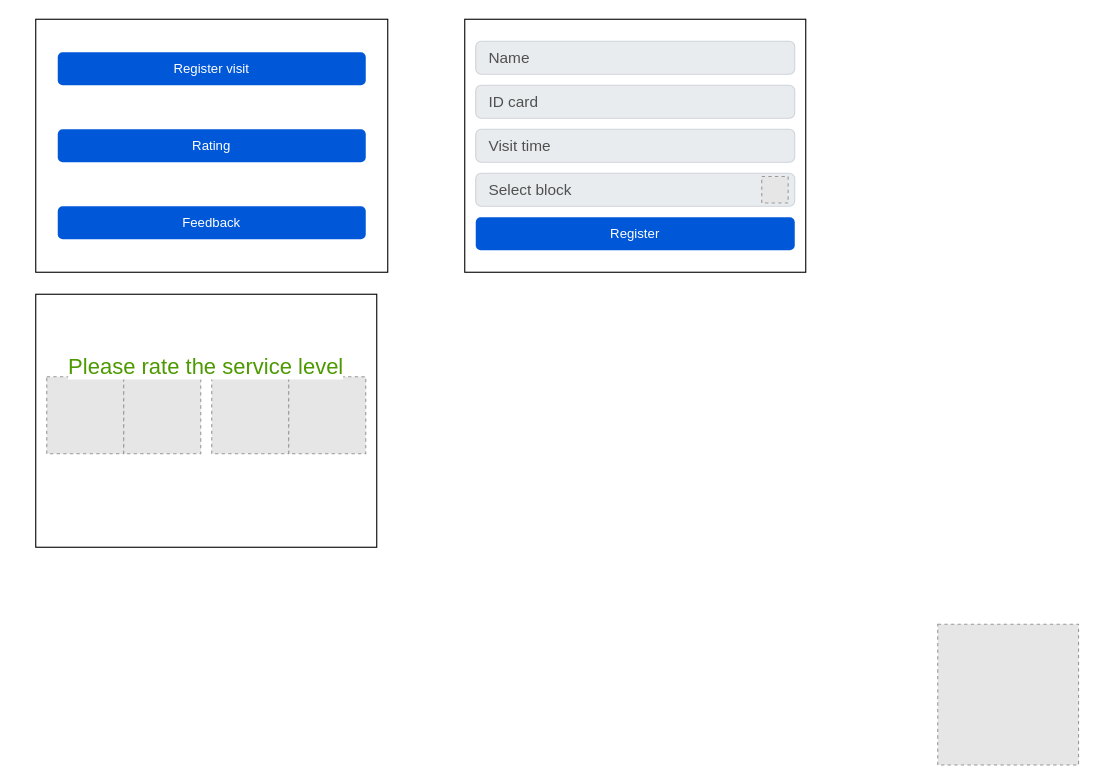
The draw.io diagram wireframe_explaination/Untitled Diagram.drawio in duongminhthanh/app_system_management_visitor_for_old_aparment, before the edit. Source tidied: cells renumbered, new cells numbered last; positions are measured from the earlier drawing's top-left corner, leaving out a move shared by most shapes. Both pictures are drawn from the tidied source at 110%, with x=0, y=0 at pixel (35, 19). Pictures stored in the file or linked from it are replaced by grey dashed boxes.
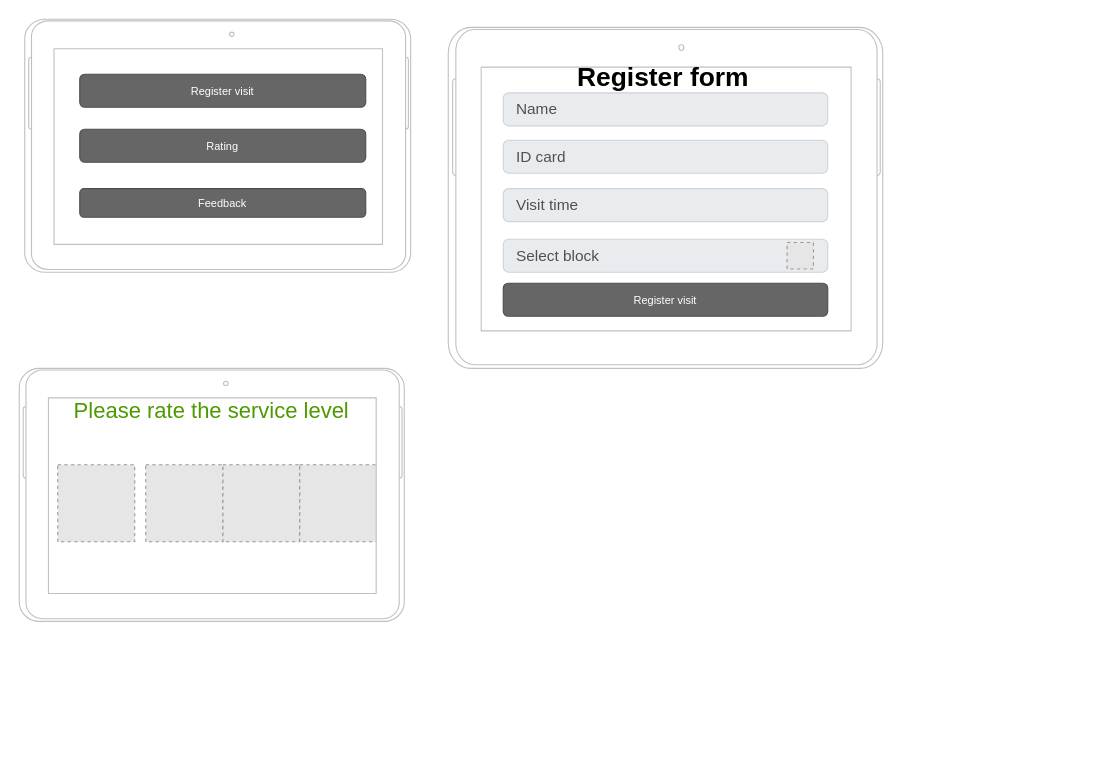
Above is the later version.

Change to the diagram source:
```diff
@@
 <mxGraphModel>
   <root>
     <mxCell id="0" />
     <mxCell id="1" parent="0" />
-    <mxCell id="2" style="rounded=0;whiteSpace=wrap;html=1;" parent="1" vertex="1">
-      <mxGeometry width="320" height="230" as="geometry" />
-    </mxCell>
-    <mxCell id="3" value="Register visit" style="rounded=1;fillColor=#0057D8;align=center;strokeColor=none;html=1;whiteSpace=wrap;fontColor=#ffffff;fontSize=12;sketch=0;" parent="1" vertex="1">
-      <mxGeometry x="20" y="30" width="280" height="30" as="geometry" />
-    </mxCell>
-    <mxCell id="4" value="Rating" style="rounded=1;fillColor=#0057D8;align=center;strokeColor=none;html=1;whiteSpace=wrap;fontColor=#ffffff;fontSize=12;sketch=0;" parent="1" vertex="1">
-      <mxGeometry x="20" y="100" width="280" height="30" as="geometry" />
-    </mxCell>
-    <mxCell id="5" value="Feedback" style="rounded=1;fillColor=#0057D8;align=center;strokeColor=none;html=1;whiteSpace=wrap;fontColor=#ffffff;fontSize=12;sketch=0;" parent="1" vertex="1">
-      <mxGeometry x="20" y="170" width="280" height="30" as="geometry" />
-    </mxCell>
-    <mxCell id="6" style="rounded=0;whiteSpace=wrap;html=1;" parent="1" vertex="1">
-      <mxGeometry x="390" width="310" height="230" as="geometry" />
-    </mxCell>
     <mxCell id="7" value="Name" style="html=1;shadow=0;dashed=0;shape=mxgraph.bootstrap.rrect;rSize=5;strokeColor=#CED4DA;strokeWidth=1;fillColor=#E9ECEF;fontColor=#505050;whiteSpace=wrap;align=left;verticalAlign=middle;spacingLeft=10;fontSize=14;" parent="1" vertex="1">
-      <mxGeometry x="400" y="20" width="290" height="30" as="geometry" />
+      <mxGeometry x="425" y="66.9" width="295" height="30" as="geometry" />
     </mxCell>
     <mxCell id="8" value="ID card" style="html=1;shadow=0;dashed=0;shape=mxgraph.bootstrap.rrect;rSize=5;strokeColor=#CED4DA;strokeWidth=1;fillColor=#E9ECEF;fontColor=#505050;whiteSpace=wrap;align=left;verticalAlign=middle;spacingLeft=10;fontSize=14;" parent="1" vertex="1">
-      <mxGeometry x="400" y="60" width="290" height="30" as="geometry" />
+      <mxGeometry x="425" y="110" width="295" height="30" as="geometry" />
     </mxCell>
     <mxCell id="9" value="Visit time" style="html=1;shadow=0;dashed=0;shape=mxgraph.bootstrap.rrect;rSize=5;strokeColor=#CED4DA;strokeWidth=1;fillColor=#E9ECEF;fontColor=#505050;whiteSpace=wrap;align=left;verticalAlign=middle;spacingLeft=10;fontSize=14;" parent="1" vertex="1">
-      <mxGeometry x="400" y="100" width="290" height="30" as="geometry" />
+      <mxGeometry x="425" y="154" width="295" height="30" as="geometry" />
     </mxCell>
-    <mxCell id="10" value="Register" style="rounded=1;fillColor=#0057D8;align=center;strokeColor=none;html=1;whiteSpace=wrap;fontColor=#ffffff;fontSize=12;sketch=0;" parent="1" vertex="1">
-      <mxGeometry x="400" y="180" width="290" height="30" as="geometry" />
-    </mxCell>
     <mxCell id="11" value="Select block" style="html=1;shadow=0;dashed=0;shape=mxgraph.bootstrap.rrect;rSize=5;strokeColor=#CED4DA;strokeWidth=1;fillColor=#E9ECEF;fontColor=#505050;whiteSpace=wrap;align=left;verticalAlign=middle;spacingLeft=10;fontSize=14;" parent="1" vertex="1">
-      <mxGeometry x="400" y="140" width="290" height="30" as="geometry" />
+      <mxGeometry x="425" y="200" width="295" height="30" as="geometry" />
     </mxCell>
     <mxCell id="12" style="fillColor=#E6E6E6;strokeColor=#999999;dashed=1;html=1;verticalAlign=top;verticalLabelPosition=bottom;labelBackgroundColor=#ffffff;" parent="1" vertex="1">
-      <mxGeometry x="660" y="143" width="24" height="24" as="geometry" />
+      <mxGeometry x="683" y="203" width="24" height="24" as="geometry" />
     </mxCell>
-    <mxCell id="13" style="rounded=0;whiteSpace=wrap;html=1;" parent="1" vertex="1">
-      <mxGeometry y="250" width="310" height="230" as="geometry" />
-    </mxCell>
     <mxCell id="14" style="fillColor=#E6E6E6;strokeColor=#999999;dashed=1;html=1;verticalAlign=top;verticalLabelPosition=bottom;labelBackgroundColor=#ffffff;" parent="1" vertex="1">
-      <mxGeometry x="160" y="325" width="70" height="70" as="geometry" />
+      <mxGeometry x="170" y="405" width="70" height="70" as="geometry" />
     </mxCell>
     <mxCell id="15" style="fillColor=#E6E6E6;strokeColor=#999999;dashed=1;html=1;verticalAlign=top;verticalLabelPosition=bottom;labelBackgroundColor=#ffffff;" parent="1" vertex="1">
-      <mxGeometry x="10" y="325" width="70" height="70" as="geometry" />
+      <mxGeometry x="20" y="405" width="70" height="70" as="geometry" />
     </mxCell>
     <mxCell id="16" style="fillColor=#E6E6E6;strokeColor=#999999;dashed=1;html=1;verticalAlign=top;verticalLabelPosition=bottom;labelBackgroundColor=#ffffff;" parent="1" vertex="1">
-      <mxGeometry x="230" y="325" width="70" height="70" as="geometry" />
+      <mxGeometry x="240" y="405" width="70" height="70" as="geometry" />
     </mxCell>
     <mxCell id="17" style="fillColor=#E6E6E6;strokeColor=#999999;dashed=1;html=1;verticalAlign=top;verticalLabelPosition=bottom;labelBackgroundColor=#ffffff;" parent="1" vertex="1">
-      <mxGeometry x="80" y="325" width="70" height="70" as="geometry" />
+      <mxGeometry x="100" y="405" width="70" height="70" as="geometry" />
     </mxCell>
-    <mxCell id="18" style="fillColor=#E6E6E6;strokeColor=#999999;dashed=1;html=1;verticalAlign=top;verticalLabelPosition=bottom;labelBackgroundColor=#ffffff;" parent="1" vertex="1">
-      <mxGeometry x="820" y="550" width="128" height="128" as="geometry" />
-    </mxCell>
     <mxCell id="19" value="Please rate the service level" style="text;html=1;strokeColor=none;fillColor=none;align=center;verticalAlign=middle;whiteSpace=wrap;rounded=0;fontFamily=Helvetica;labelBackgroundColor=default;fontColor=#4D9900;fontSize=20;" parent="1" vertex="1">
-      <mxGeometry x="10" y="300" width="290" height="30" as="geometry" />
+      <mxGeometry x="30" y="340" width="260" height="30" as="geometry" />
     </mxCell>
+    <mxCell id="20" style="verticalLabelPosition=bottom;verticalAlign=top;html=1;shadow=0;dashed=0;strokeWidth=1;shape=mxgraph.android.tab2;strokeColor=#c0c0c0;direction=north;" parent="1" vertex="1">
+      <mxGeometry x="-15" y="317.4" width="350" height="230" as="geometry" />
+    </mxCell>
+    <mxCell id="21" style="verticalLabelPosition=bottom;verticalAlign=top;html=1;shadow=0;dashed=0;strokeWidth=1;shape=mxgraph.android.tab2;strokeColor=#c0c0c0;direction=north;" parent="1" vertex="1">
+      <mxGeometry x="-10" width="350.8" height="230" as="geometry" />
+    </mxCell>
+    <mxCell id="22" value="Register visit" style="rounded=1;html=1;shadow=0;dashed=0;whiteSpace=wrap;fontSize=10;fillColor=#666666;align=center;strokeColor=#4D4D4D;fontColor=#ffffff;" parent="1" vertex="1">
+      <mxGeometry x="40" y="50" width="260" height="30" as="geometry" />
+    </mxCell>
+    <mxCell id="4" value="Rating" style="rounded=1;html=1;shadow=0;dashed=0;whiteSpace=wrap;fontSize=10;fillColor=#666666;align=center;strokeColor=#4D4D4D;fontColor=#ffffff;" parent="1" vertex="1">
+      <mxGeometry x="40" y="100" width="260" height="30" as="geometry" />
+    </mxCell>
+    <mxCell id="5" value="Feedback" style="rounded=1;html=1;shadow=0;dashed=0;whiteSpace=wrap;fontSize=10;fillColor=#666666;align=center;strokeColor=#4D4D4D;fontColor=#ffffff;" parent="1" vertex="1">
+      <mxGeometry x="40" y="154" width="260" height="26" as="geometry" />
+    </mxCell>
+    <mxCell id="23" style="verticalLabelPosition=bottom;verticalAlign=top;html=1;shadow=0;dashed=0;strokeWidth=1;shape=mxgraph.android.tab2;strokeColor=#c0c0c0;direction=north;labelBorderColor=default;" parent="1" vertex="1">
+      <mxGeometry x="375" y="7.4" width="395" height="310" as="geometry" />
+    </mxCell>
+    <mxCell id="24" value="Register form" style="text;strokeColor=none;fillColor=none;html=1;fontSize=24;fontStyle=1;verticalAlign=middle;align=center;" parent="1" vertex="1">
+      <mxGeometry x="520" y="39.9" width="100" height="27" as="geometry" />
+    </mxCell>
+    <mxCell id="25" value="Register visit" style="rounded=1;html=1;shadow=0;dashed=0;whiteSpace=wrap;fontSize=10;fillColor=#666666;align=center;strokeColor=#4D4D4D;fontColor=#ffffff;" parent="1" vertex="1">
+      <mxGeometry x="425" y="240" width="295" height="30" as="geometry" />
+    </mxCell>
   </root>
 </mxGraphModel>
```
